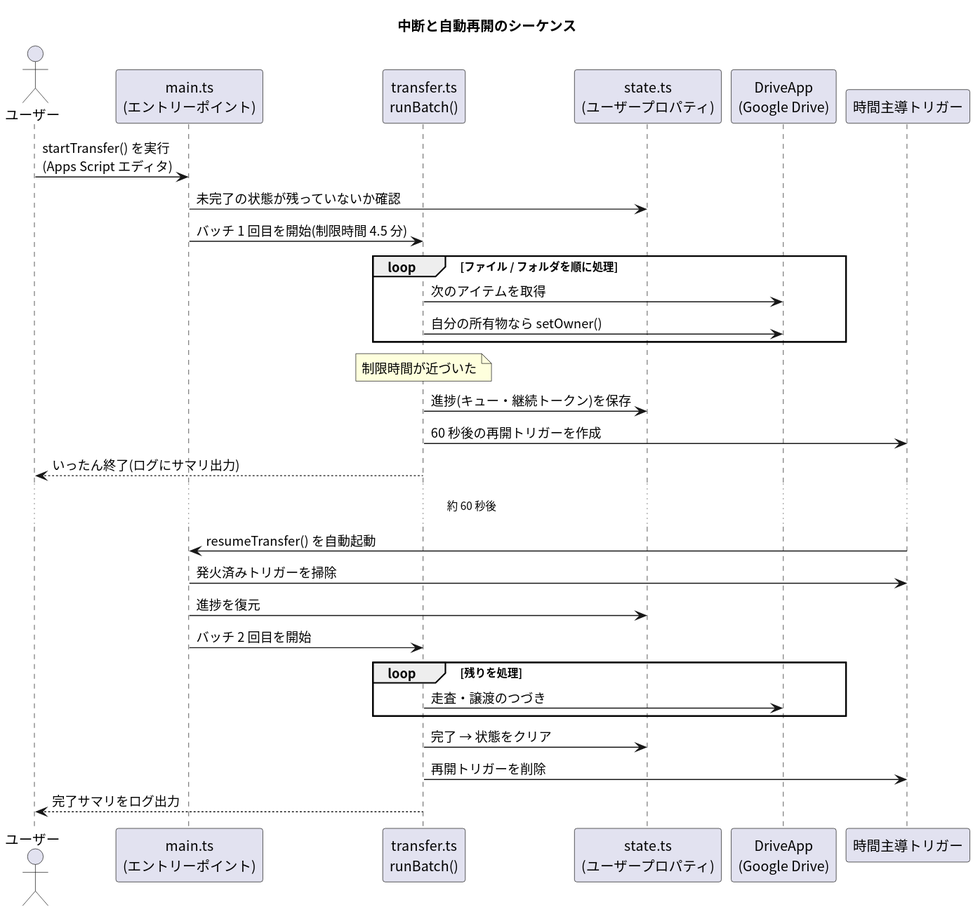
pollenjp-org/sandbox keeps this PlantUML diagram as gas-drive-ownership-transfer-2026-07-11/docs/textbook/images/03_resume_sequence.svg. Above is the earlier version.
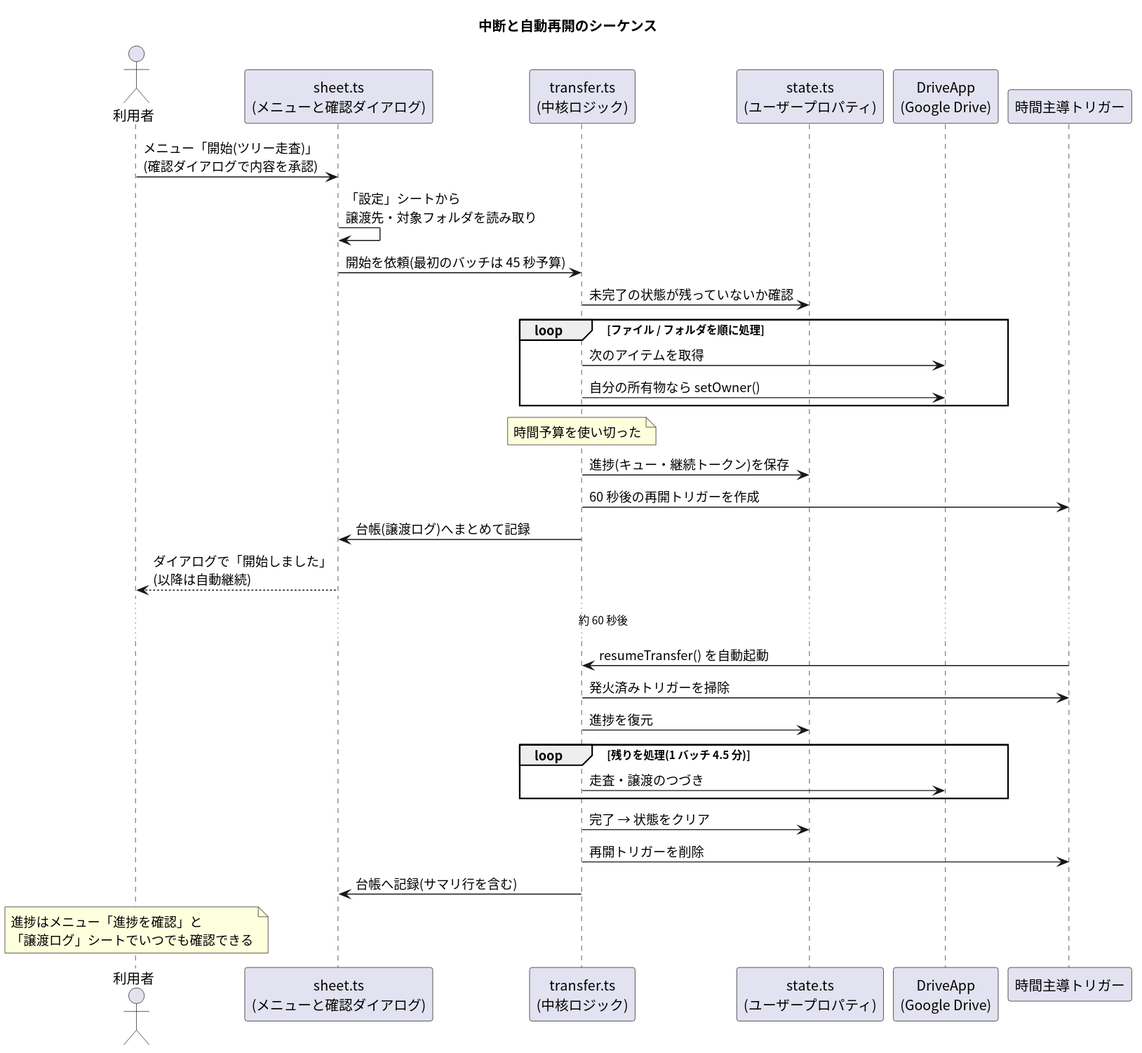
Above is the later version.

What changed in the source:
```diff
@@ -3,33 +3,35 @@
 skinparam defaultFontName "Noto Sans CJK JP"
 skinparam shadowing false
 
-actor "ユーザー" as user
-participant "main.ts\n(エントリーポイント)" as main
-participant "transfer.ts\nrunBatch()" as batch
+actor "利用者" as user
+participant "sheet.ts\n(メニューと確認ダイアログ)" as main
+participant "transfer.ts\n(中核ロジック)" as batch
 participant "state.ts\n(ユーザープロパティ)" as state
 participant "DriveApp\n(Google Drive)" as drive
 participant "時間主導トリガー" as trig
 
-user -> main : startTransfer() を実行\n(Apps Script エディタ)
-main -> state : 未完了の状態が残っていないか確認
-main -> batch : バッチ 1 回目を開始(制限時間 4.5 分)
+user -> main : メニュー「開始(ツリー走査)」\n(確認ダイアログで内容を承認)
+main -> main : 「設定」シートから\n譲渡先・対象フォルダを読み取り
+main -> batch : 開始を依頼(最初のバッチは 45 秒予算)
+batch -> state : 未完了の状態が残っていないか確認
 loop ファイル / フォルダを順に処理
   batch -> drive : 次のアイテムを取得
   batch -> drive : 自分の所有物なら setOwner()
 end
-note over batch : 制限時間が近づいた
+note over batch : 時間予算を使い切った
 batch -> state : 進捗(キュー・継続トークン)を保存
 batch -> trig : 60 秒後の再開トリガーを作成
-batch --> user : いったん終了(ログにサマリ出力)
+batch -> main : 台帳(譲渡ログ)へまとめて記録
+main --> user : ダイアログで「開始しました」\n(以降は自動継続)
 ...約 60 秒後...
-trig -> main : resumeTransfer() を自動起動
-main -> trig : 発火済みトリガーを掃除
-main -> state : 進捗を復元
-main -> batch : バッチ 2 回目を開始
-loop 残りを処理
+trig -> batch : resumeTransfer() を自動起動
+batch -> trig : 発火済みトリガーを掃除
+batch -> state : 進捗を復元
+loop 残りを処理(1 バッチ 4.5 分)
   batch -> drive : 走査・譲渡のつづき
 end
 batch -> state : 完了 → 状態をクリア
 batch -> trig : 再開トリガーを削除
-batch --> user : 完了サマリをログ出力
+batch -> main : 台帳へ記録(サマリ行を含む)
+note over user : 進捗はメニュー「進捗を確認」と\n「譲渡ログ」シートでいつでも確認できる
 @enduml
```
